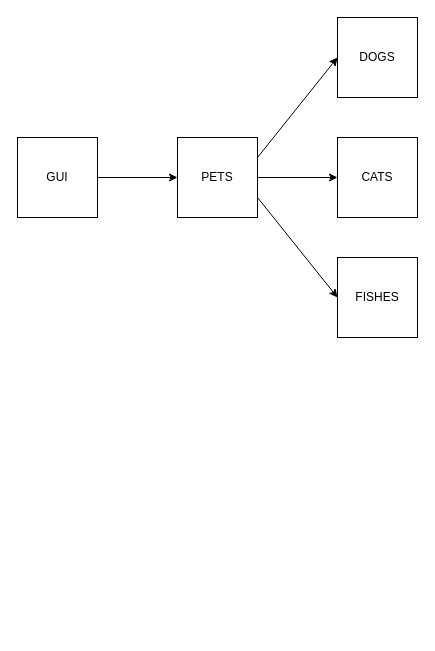
Earlier version of the draw.io diagram Untitled Diagram.drawio (bmoussaud/micropets-app). Source tidied: cells renumbered, new cells numbered last; positions are measured from the earlier drawing's top-left corner, leaving out a move shared by most shapes. Both pictures are drawn from the tidied source at 100%, with x=0, y=0 at pixel (17, 17). Pictures stored in the file or linked from it are replaced by grey dashed boxes.
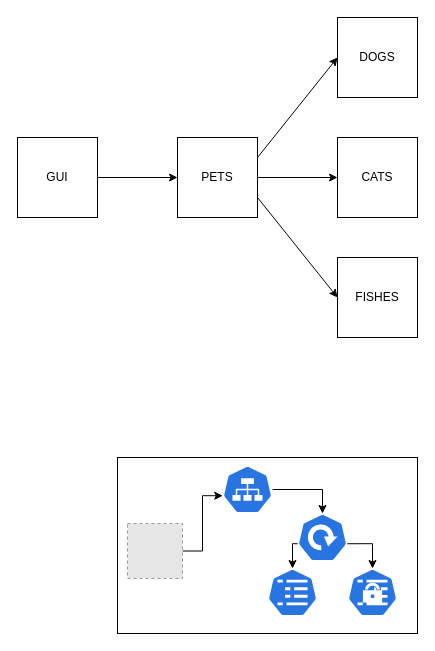
The same page after the edit.

Diff of the diagram source:
```diff
@@
+    <mxCell id="11" style="rounded=0;whiteSpace=wrap;html=1;" parent="1" vertex="1">
+      <mxGeometry x="100" y="440" width="300" height="176" as="geometry" />
+    </mxCell>
@@
+    <mxCell id="12" style="html=1;dashed=0;whitespace=wrap;fillColor=#2875E2;strokeColor=#ffffff;points=[[0.005,0.63,0],[0.1,0.2,0],[0.9,0.2,0],[0.5,0,0],[0.995,0.63,0],[0.72,0.99,0],[0.5,1,0],[0.28,0.99,0]];shape=mxgraph.kubernetes.icon;prIcon=cm;" parent="1" vertex="1">
+      <mxGeometry x="250" y="551" width="50" height="48" as="geometry" />
+    </mxCell>
+    <mxCell id="13" style="edgeStyle=orthogonalEdgeStyle;rounded=0;jettySize=auto;html=1;exitX=0.995;exitY=0.63;exitDx=0;exitDy=0;exitPerimeter=0;" parent="1" edge="1" source="15" target="20">
+      <mxGeometry relative="1" as="geometry" />
+    </mxCell>
+    <mxCell id="14" style="edgeStyle=orthogonalEdgeStyle;rounded=0;jettySize=auto;html=1;exitX=0.005;exitY=0.63;exitDx=0;exitDy=0;exitPerimeter=0;entryX=0.5;entryY=0;entryDx=0;entryDy=0;entryPerimeter=0;" parent="1" edge="1" source="15" target="12">
+      <mxGeometry relative="1" as="geometry" />
+    </mxCell>
+    <mxCell id="15" style="html=1;dashed=0;whitespace=wrap;fillColor=#2875E2;strokeColor=#ffffff;points=[[0.005,0.63,0],[0.1,0.2,0],[0.9,0.2,0],[0.5,0,0],[0.995,0.63,0],[0.72,0.99,0],[0.5,1,0],[0.28,0.99,0]];shape=mxgraph.kubernetes.icon;prIcon=deploy;" parent="1" vertex="1">
+      <mxGeometry x="280" y="496" width="50" height="48" as="geometry" />
+    </mxCell>
+    <mxCell id="16" style="edgeStyle=orthogonalEdgeStyle;rounded=0;jettySize=auto;html=1;entryX=0.5;entryY=0;entryDx=0;entryDy=0;entryPerimeter=0;" parent="1" edge="1" source="17" target="15">
+      <mxGeometry relative="1" as="geometry" />
+    </mxCell>
+    <mxCell id="17" style="html=1;dashed=0;whitespace=wrap;fillColor=#2875E2;strokeColor=#ffffff;points=[[0.005,0.63,0],[0.1,0.2,0],[0.9,0.2,0],[0.5,0,0],[0.995,0.63,0],[0.72,0.99,0],[0.5,1,0],[0.28,0.99,0]];shape=mxgraph.kubernetes.icon;prIcon=svc;" parent="1" vertex="1">
+      <mxGeometry x="205" y="448" width="50" height="48" as="geometry" />
+    </mxCell>
+    <mxCell id="18" style="edgeStyle=orthogonalEdgeStyle;rounded=0;jettySize=auto;html=1;entryX=0.005;entryY=0.63;entryDx=0;entryDy=0;entryPerimeter=0;" parent="1" edge="1" source="19" target="17">
+      <mxGeometry relative="1" as="geometry" />
+    </mxCell>
+    <mxCell id="19" style="fillColor=#E6E6E6;strokeColor=#999999;dashed=1;html=1;verticalAlign=top;verticalLabelPosition=bottom;labelBackgroundColor=#ffffff;" parent="1" vertex="1">
+      <mxGeometry x="110" y="506" width="55" height="55" as="geometry" />
+    </mxCell>
+    <mxCell id="20" style="html=1;dashed=0;whitespace=wrap;fillColor=#2875E2;strokeColor=#ffffff;points=[[0.005,0.63,0],[0.1,0.2,0],[0.9,0.2,0],[0.5,0,0],[0.995,0.63,0],[0.72,0.99,0],[0.5,1,0],[0.28,0.99,0]];shape=mxgraph.kubernetes.icon;prIcon=secret;" parent="1" vertex="1">
+      <mxGeometry x="330" y="551" width="50" height="48" as="geometry" />
+    </mxCell>
```
